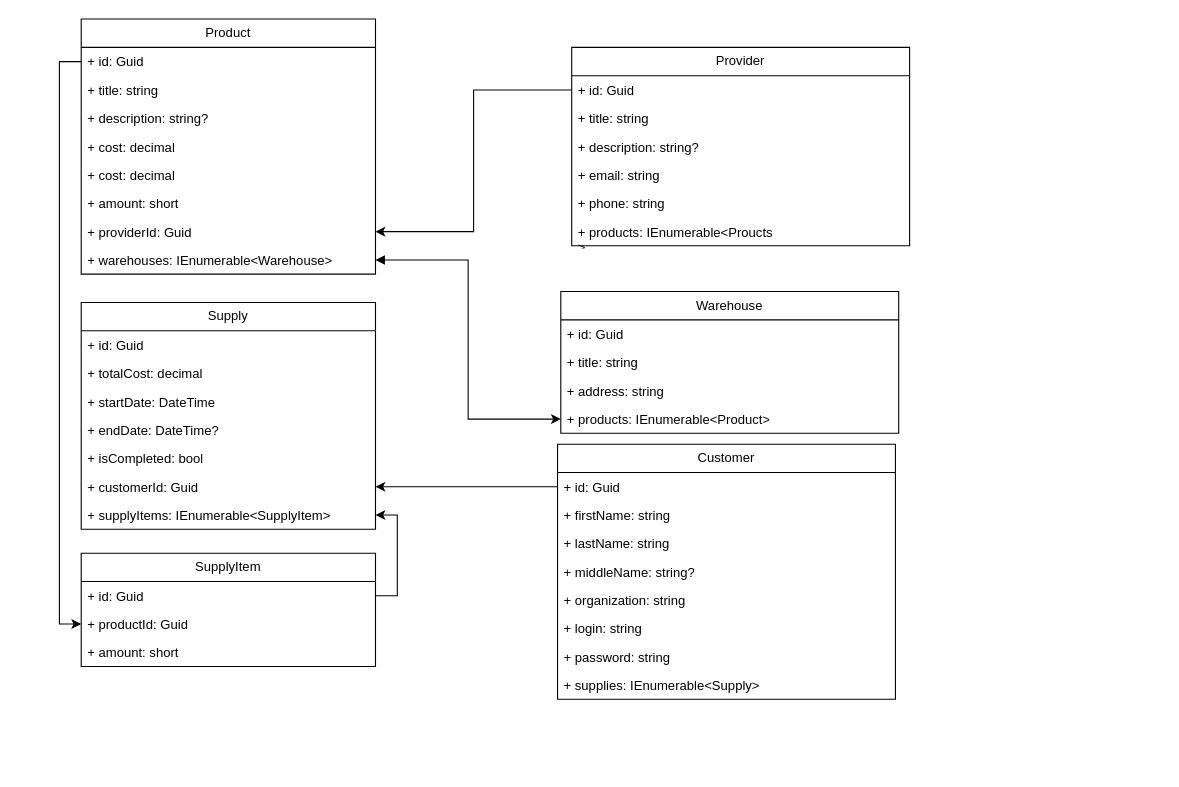
Above: EntityDiagram.drawio in sanekcloff/FoodSupplyInventoryManagementSolution (draw.io), before the change. Source tidied: cells renumbered, new cells numbered last; positions are measured from the earlier drawing's top-left corner, leaving out a move shared by most shapes. Both pictures are drawn from the tidied source at 109%, with x=0, y=0 at pixel (81, 19).
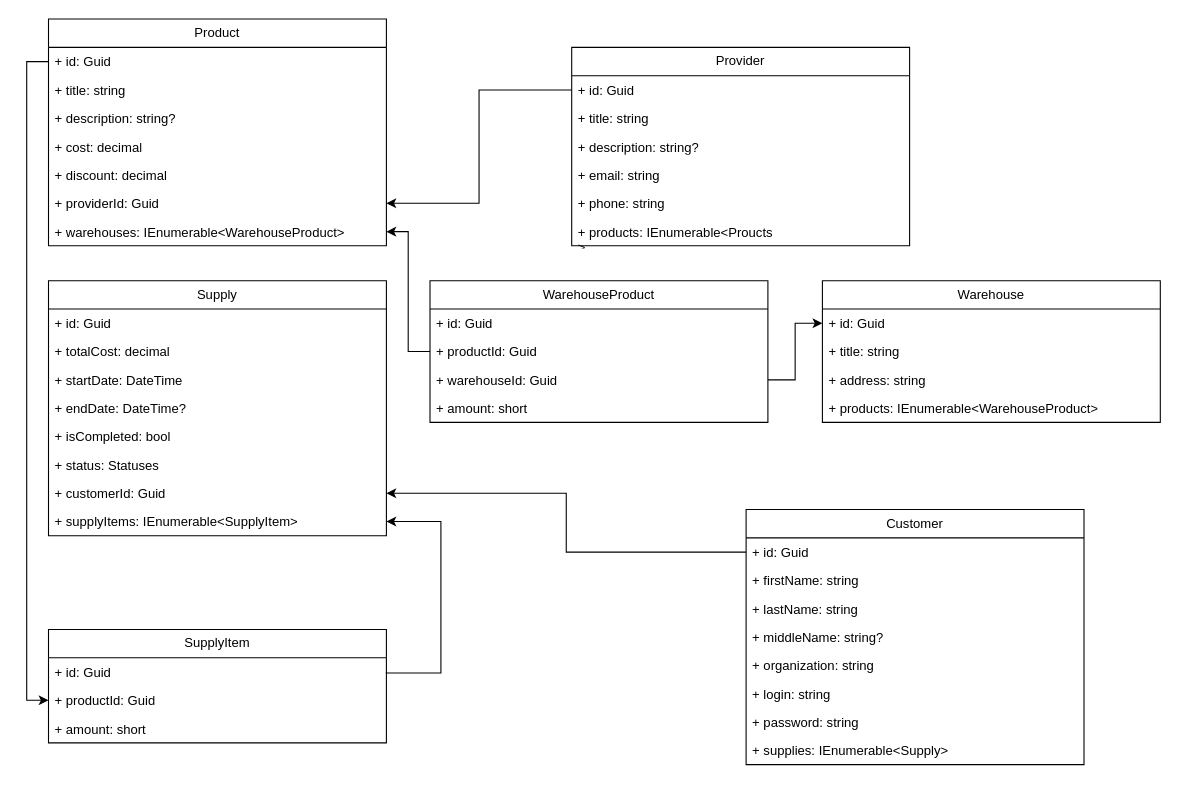
Above is the later version.

Unchanged cells that the change refers to:
```xml
<mxCell id="19" value="+ id: Guid" style="text;strokeColor=none;fillColor=none;align=left;verticalAlign=top;spacingLeft=4;spacingRight=4;overflow=hidden;points=[[0,0.5],[1,0.5]];portConstraint=eastwest;whiteSpace=wrap;html=1;" parent="18" vertex="1">
  <mxGeometry y="26" width="310" height="26" as="geometry" />
</mxCell>
```

The edit, as a diff of the source:
```diff
@@
     <mxCell id="2" value="Product" style="swimlane;fontStyle=0;horizontal=1;startSize=26;fillColor=none;whiteSpace=wrap;html=1;" parent="1" vertex="1">
-      <mxGeometry width="270" height="234" as="geometry" />
+      <mxGeometry x="-30" width="310" height="208" as="geometry" />
     </mxCell>
     <mxCell id="3" value="+ id: Guid" style="text;strokeColor=none;fillColor=none;align=left;verticalAlign=top;spacingLeft=4;spacingRight=4;overflow=hidden;points=[[0,0.5],[1,0.5]];portConstraint=eastwest;whiteSpace=wrap;html=1;" parent="2" vertex="1">
-      <mxGeometry y="26" width="270" height="26" as="geometry" />
+      <mxGeometry y="26" width="310" height="26" as="geometry" />
     </mxCell>
     <mxCell id="4" value="+ title: string" style="text;strokeColor=none;fillColor=none;align=left;verticalAlign=top;spacingLeft=4;spacingRight=4;overflow=hidden;whiteSpace=wrap;html=1;" parent="2" vertex="1">
-      <mxGeometry y="52" width="270" height="26" as="geometry" />
+      <mxGeometry y="52" width="310" height="26" as="geometry" />
     </mxCell>
     <mxCell id="5" value="+ description: string?" style="text;strokeColor=none;fillColor=none;align=left;verticalAlign=top;spacingLeft=4;spacingRight=4;overflow=hidden;whiteSpace=wrap;html=1;" parent="2" vertex="1">
-      <mxGeometry y="78" width="270" height="26" as="geometry" />
+      <mxGeometry y="78" width="310" height="26" as="geometry" />
     </mxCell>
     <mxCell id="6" value="+ cost: decimal" style="text;strokeColor=none;fillColor=none;align=left;verticalAlign=top;spacingLeft=4;spacingRight=4;overflow=hidden;whiteSpace=wrap;html=1;" parent="2" vertex="1">
-      <mxGeometry y="104" width="270" height="26" as="geometry" />
+      <mxGeometry y="104" width="310" height="26" as="geometry" />
     </mxCell>
-    <mxCell id="7" value="+ cost: decimal" style="text;strokeColor=none;fillColor=none;align=left;verticalAlign=top;spacingLeft=4;spacingRight=4;overflow=hidden;whiteSpace=wrap;html=1;" parent="2" vertex="1">
-      <mxGeometry y="130" width="270" height="26" as="geometry" />
+    <mxCell id="7" value="+ discount: decimal" style="text;strokeColor=none;fillColor=none;align=left;verticalAlign=top;spacingLeft=4;spacingRight=4;overflow=hidden;whiteSpace=wrap;html=1;" parent="2" vertex="1">
+      <mxGeometry y="130" width="310" height="26" as="geometry" />
     </mxCell>
-    <mxCell id="8" value="+ amount: short" style="text;strokeColor=none;fillColor=none;align=left;verticalAlign=top;spacingLeft=4;spacingRight=4;overflow=hidden;whiteSpace=wrap;html=1;" parent="2" vertex="1">
-      <mxGeometry y="156" width="270" height="26" as="geometry" />
-    </mxCell>
     <mxCell id="9" value="+ providerId: Guid" style="text;strokeColor=none;fillColor=none;align=left;verticalAlign=top;spacingLeft=4;spacingRight=4;overflow=hidden;points=[[0,0.5],[1,0.5]];portConstraint=eastwest;whiteSpace=wrap;html=1;" parent="2" vertex="1">
-      <mxGeometry y="182" width="270" height="26" as="geometry" />
+      <mxGeometry y="156" width="310" height="26" as="geometry" />
     </mxCell>
-    <mxCell id="10" value="+ warehouses: IEnumerable&amp;lt;Warehouse&amp;gt;" style="text;strokeColor=none;fillColor=none;align=left;verticalAlign=top;spacingLeft=4;spacingRight=4;overflow=hidden;points=[[0,0.5],[1,0.5]];portConstraint=eastwest;whiteSpace=wrap;html=1;" parent="2" vertex="1">
-      <mxGeometry y="208" width="270" height="26" as="geometry" />
+    <mxCell id="10" value="+ warehouses: IEnumerable&amp;lt;WarehouseProduct&amp;gt;" style="text;strokeColor=none;fillColor=none;align=left;verticalAlign=top;spacingLeft=4;spacingRight=4;overflow=hidden;points=[[0,0.5],[1,0.5]];portConstraint=eastwest;whiteSpace=wrap;html=1;" parent="2" vertex="1">
+      <mxGeometry y="182" width="310" height="26" as="geometry" />
     </mxCell>
@@
     <mxCell id="18" value="Warehouse" style="swimlane;fontStyle=0;horizontal=1;startSize=26;fillColor=none;whiteSpace=wrap;html=1;" parent="1" vertex="1">
-      <mxGeometry x="440" y="250" width="310" height="130" as="geometry" />
+      <mxGeometry x="680" y="240" width="310" height="130" as="geometry" />
     </mxCell>
@@
-    <mxCell id="22" value="+ products: IEnumerable&amp;lt;Product&amp;gt;" style="text;strokeColor=none;fillColor=none;align=left;verticalAlign=top;spacingLeft=4;spacingRight=4;overflow=hidden;points=[[0,0.5],[1,0.5]];portConstraint=eastwest;whiteSpace=wrap;html=1;" parent="18" vertex="1">
+    <mxCell id="22" value="+ products: IEnumerable&amp;lt;WarehouseProduct&amp;gt;" style="text;strokeColor=none;fillColor=none;align=left;verticalAlign=top;spacingLeft=4;spacingRight=4;overflow=hidden;points=[[0,0.5],[1,0.5]];portConstraint=eastwest;whiteSpace=wrap;html=1;" parent="18" vertex="1">
       <mxGeometry y="104" width="310" height="26" as="geometry" />
     </mxCell>
     <mxCell id="23" value="Supply" style="swimlane;fontStyle=0;horizontal=1;startSize=26;fillColor=none;whiteSpace=wrap;html=1;" parent="1" vertex="1">
-      <mxGeometry y="260" width="270" height="208" as="geometry" />
+      <mxGeometry x="-30" y="240" width="310" height="234" as="geometry" />
     </mxCell>
     <mxCell id="24" value="+ id: Guid" style="text;strokeColor=none;fillColor=none;align=left;verticalAlign=top;spacingLeft=4;spacingRight=4;overflow=hidden;whiteSpace=wrap;html=1;" parent="23" vertex="1">
-      <mxGeometry y="26" width="270" height="26" as="geometry" />
+      <mxGeometry y="26" width="310" height="26" as="geometry" />
     </mxCell>
     <mxCell id="25" value="+ totalCost: decimal" style="text;strokeColor=none;fillColor=none;align=left;verticalAlign=top;spacingLeft=4;spacingRight=4;overflow=hidden;whiteSpace=wrap;html=1;" parent="23" vertex="1">
-      <mxGeometry y="52" width="270" height="26" as="geometry" />
+      <mxGeometry y="52" width="310" height="26" as="geometry" />
     </mxCell>
     <mxCell id="26" value="+ startDate: DateTime" style="text;strokeColor=none;fillColor=none;align=left;verticalAlign=top;spacingLeft=4;spacingRight=4;overflow=hidden;whiteSpace=wrap;html=1;" parent="23" vertex="1">
-      <mxGeometry y="78" width="270" height="26" as="geometry" />
+      <mxGeometry y="78" width="310" height="26" as="geometry" />
     </mxCell>
     <mxCell id="27" value="+ endDate: DateTime?" style="text;strokeColor=none;fillColor=none;align=left;verticalAlign=top;spacingLeft=4;spacingRight=4;overflow=hidden;whiteSpace=wrap;html=1;" parent="23" vertex="1">
-      <mxGeometry y="104" width="270" height="26" as="geometry" />
+      <mxGeometry y="104" width="310" height="26" as="geometry" />
     </mxCell>
     <mxCell id="28" value="+ isCompleted: bool" style="text;strokeColor=none;fillColor=none;align=left;verticalAlign=top;spacingLeft=4;spacingRight=4;overflow=hidden;whiteSpace=wrap;html=1;" parent="23" vertex="1">
-      <mxGeometry y="130" width="270" height="26" as="geometry" />
+      <mxGeometry y="130" width="310" height="26" as="geometry" />
     </mxCell>
+    <mxCell id="49" value="+ status: Statuses" style="text;strokeColor=none;fillColor=none;align=left;verticalAlign=top;spacingLeft=4;spacingRight=4;overflow=hidden;whiteSpace=wrap;html=1;" parent="23" vertex="1">
+      <mxGeometry y="156" width="310" height="26" as="geometry" />
+    </mxCell>
     <mxCell id="29" value="+ customerId: Guid" style="text;strokeColor=none;fillColor=none;align=left;verticalAlign=top;spacingLeft=4;spacingRight=4;overflow=hidden;points=[[0,0.5],[1,0.5]];portConstraint=eastwest;whiteSpace=wrap;html=1;" parent="23" vertex="1">
-      <mxGeometry y="156" width="270" height="26" as="geometry" />
+      <mxGeometry y="182" width="310" height="26" as="geometry" />
     </mxCell>
     <mxCell id="30" value="+ supplyItems: IEnumerable&amp;lt;SupplyItem&amp;gt;" style="text;strokeColor=none;fillColor=none;align=left;verticalAlign=top;spacingLeft=4;spacingRight=4;overflow=hidden;points=[[0,0.5],[1,0.5]];portConstraint=eastwest;whiteSpace=wrap;html=1;" parent="23" vertex="1">
-      <mxGeometry y="182" width="270" height="26" as="geometry" />
+      <mxGeometry y="208" width="310" height="26" as="geometry" />
     </mxCell>
     <mxCell id="31" value="SupplyItem" style="swimlane;fontStyle=0;horizontal=1;startSize=26;fillColor=none;whiteSpace=wrap;html=1;" parent="1" vertex="1">
-      <mxGeometry y="490" width="270" height="104" as="geometry" />
+      <mxGeometry x="-30" y="560" width="310" height="104" as="geometry" />
     </mxCell>
     <mxCell id="32" value="+ id: Guid" style="text;strokeColor=none;fillColor=none;align=left;verticalAlign=top;spacingLeft=4;spacingRight=4;overflow=hidden;points=[[0,0.5],[1,0.5]];portConstraint=eastwest;whiteSpace=wrap;html=1;" parent="31" vertex="1">
-      <mxGeometry y="26" width="270" height="26" as="geometry" />
+      <mxGeometry y="26" width="310" height="26" as="geometry" />
     </mxCell>
     <mxCell id="33" value="+ productId: Guid" style="text;strokeColor=none;fillColor=none;align=left;verticalAlign=top;spacingLeft=4;spacingRight=4;overflow=hidden;points=[[0,0.5],[1,0.5]];portConstraint=eastwest;whiteSpace=wrap;html=1;" parent="31" vertex="1">
-      <mxGeometry y="52" width="270" height="26" as="geometry" />
+      <mxGeometry y="52" width="310" height="26" as="geometry" />
     </mxCell>
     <mxCell id="34" value="+ amount: short" style="text;strokeColor=none;fillColor=none;align=left;verticalAlign=top;spacingLeft=4;spacingRight=4;overflow=hidden;whiteSpace=wrap;html=1;" parent="31" vertex="1">
-      <mxGeometry y="78" width="270" height="26" as="geometry" />
+      <mxGeometry y="78" width="310" height="26" as="geometry" />
     </mxCell>
@@
     <mxCell id="36" value="Customer" style="swimlane;fontStyle=0;horizontal=1;startSize=26;fillColor=none;whiteSpace=wrap;html=1;" parent="1" vertex="1">
-      <mxGeometry x="437" y="390" width="310" height="234" as="geometry" />
+      <mxGeometry x="610" y="450" width="310" height="234" as="geometry" />
     </mxCell>
@@
     <mxCell id="45" style="edgeStyle=orthogonalEdgeStyle;rounded=0;jettySize=auto;html=1;exitX=1;exitY=0.5;exitDx=0;exitDy=0;entryX=1;entryY=0.5;entryDx=0;entryDy=0;" parent="1" edge="1" source="32" target="30">
-      <mxGeometry relative="1" as="geometry" />
+      <mxGeometry relative="1" as="geometry">
+        <Array as="points">
+          <mxPoint x="280" y="600" />
+          <mxPoint x="330" y="600" />
+          <mxPoint x="330" y="461" />
+        </Array>
+      </mxGeometry>
     </mxCell>
-    <mxCell id="46" style="edgeStyle=orthogonalEdgeStyle;rounded=0;jettySize=auto;html=1;exitX=1;exitY=0.5;exitDx=0;exitDy=0;entryX=0;entryY=0.5;entryDx=0;entryDy=0;startArrow=block;startFill=1;" parent="1" edge="1" source="10" target="22">
-      <mxGeometry relative="1" as="geometry" />
-    </mxCell>
@@
+    <mxCell id="50" value="WarehouseProduct" style="swimlane;fontStyle=0;horizontal=1;startSize=26;fillColor=none;whiteSpace=wrap;html=1;" parent="1" vertex="1">
+      <mxGeometry x="320" y="240" width="310" height="130" as="geometry" />
+    </mxCell>
+    <mxCell id="51" value="+ id: Guid" style="text;strokeColor=none;fillColor=none;align=left;verticalAlign=top;spacingLeft=4;spacingRight=4;overflow=hidden;whiteSpace=wrap;html=1;" parent="50" vertex="1">
+      <mxGeometry y="26" width="310" height="26" as="geometry" />
+    </mxCell>
+    <mxCell id="52" value="+ productId: Guid" style="text;strokeColor=none;fillColor=none;align=left;verticalAlign=top;spacingLeft=4;spacingRight=4;overflow=hidden;points=[[0,0.5],[1,0.5]];portConstraint=eastwest;whiteSpace=wrap;html=1;" parent="50" vertex="1">
+      <mxGeometry y="52" width="310" height="26" as="geometry" />
+    </mxCell>
+    <mxCell id="53" value="+ warehouseId: Guid" style="text;strokeColor=none;fillColor=none;align=left;verticalAlign=top;spacingLeft=4;spacingRight=4;overflow=hidden;points=[[0,0.5],[1,0.5]];portConstraint=eastwest;whiteSpace=wrap;html=1;" parent="50" vertex="1">
+      <mxGeometry y="78" width="310" height="26" as="geometry" />
+    </mxCell>
+    <mxCell id="8" value="+ amount: short" style="text;strokeColor=none;fillColor=none;align=left;verticalAlign=top;spacingLeft=4;spacingRight=4;overflow=hidden;whiteSpace=wrap;html=1;" parent="50" vertex="1">
+      <mxGeometry y="104" width="310" height="26" as="geometry" />
+    </mxCell>
+    <mxCell id="54" style="edgeStyle=orthogonalEdgeStyle;rounded=0;jettySize=auto;html=1;exitX=0;exitY=0.5;exitDx=0;exitDy=0;entryX=1;entryY=0.5;entryDx=0;entryDy=0;" parent="1" edge="1" source="52" target="10">
+      <mxGeometry relative="1" as="geometry" />
+    </mxCell>
+    <mxCell id="55" style="edgeStyle=orthogonalEdgeStyle;rounded=0;jettySize=auto;html=1;exitX=1;exitY=0.5;exitDx=0;exitDy=0;entryX=0;entryY=0.5;entryDx=0;entryDy=0;" parent="1" edge="1" source="53" target="19">
+      <mxGeometry relative="1" as="geometry" />
+    </mxCell>
```
